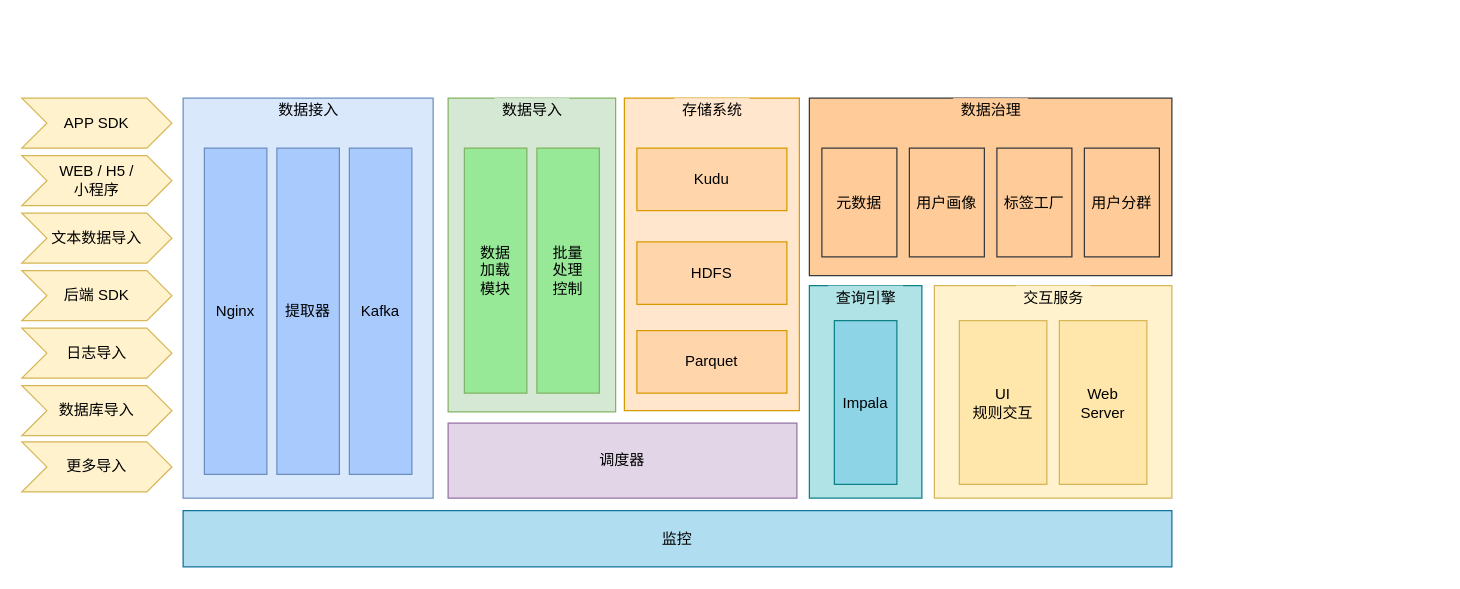
This is page "架构图" (2 of 2) of 数仓整个规划设计.drawio from chenjinying1988/diagrams, a draw.io file, before an edit. Source tidied: cells renumbered, new cells numbered last; positions are measured from the earlier drawing's top-left corner, leaving out a move shared by most shapes. Both pictures are drawn from the tidied source at 125%, with x=0, y=0 at pixel (21, 98).
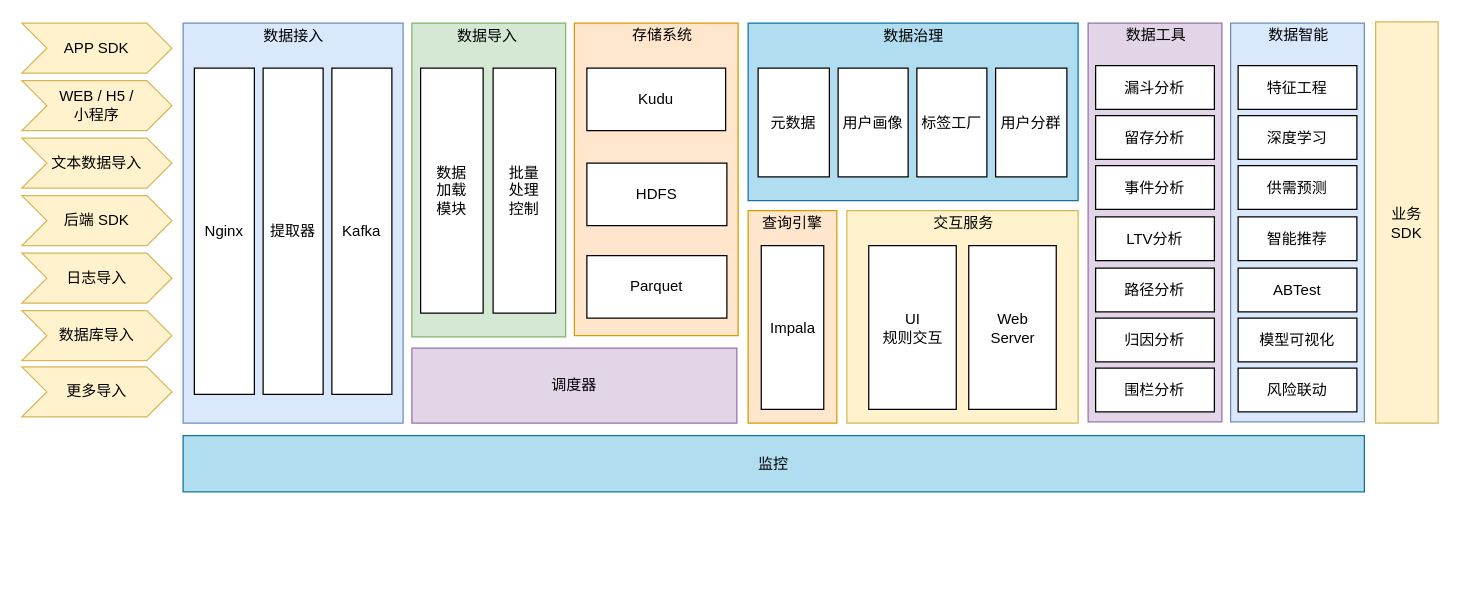
The same diagram, later.

Commit message:
更新数仓整个规划设计.drawio

The edit, as a diff of the source:
```diff
@@
     <mxCell id="2" value="APP SDK" style="shape=step;perimeter=stepPerimeter;whiteSpace=wrap;html=1;fixedSize=1;labelBackgroundColor=none;strokeColor=#d6b656;fillColor=#fff2cc;" parent="1" vertex="1">
-      <mxGeometry width="120" height="40" as="geometry" />
+      <mxGeometry y="-60" width="120" height="40" as="geometry" />
     </mxCell>
     <mxCell id="3" value="WEB / H5 / &lt;br&gt;小程序" style="shape=step;perimeter=stepPerimeter;whiteSpace=wrap;html=1;fixedSize=1;labelBackgroundColor=none;strokeColor=#d6b656;fillColor=#fff2cc;" parent="1" vertex="1">
-      <mxGeometry y="46" width="120" height="40" as="geometry" />
+      <mxGeometry y="-14" width="120" height="40" as="geometry" />
     </mxCell>
     <mxCell id="4" value="文本数据导入" style="shape=step;perimeter=stepPerimeter;whiteSpace=wrap;html=1;fixedSize=1;labelBackgroundColor=none;strokeColor=#d6b656;fillColor=#fff2cc;" parent="1" vertex="1">
-      <mxGeometry y="92" width="120" height="40" as="geometry" />
+      <mxGeometry y="32" width="120" height="40" as="geometry" />
     </mxCell>
     <mxCell id="5" value="后端 SDK" style="shape=step;perimeter=stepPerimeter;whiteSpace=wrap;html=1;fixedSize=1;labelBackgroundColor=none;strokeColor=#d6b656;fillColor=#fff2cc;" parent="1" vertex="1">
-      <mxGeometry y="138" width="120" height="40" as="geometry" />
+      <mxGeometry y="78" width="120" height="40" as="geometry" />
     </mxCell>
     <mxCell id="6" value="日志导入" style="shape=step;perimeter=stepPerimeter;whiteSpace=wrap;html=1;fixedSize=1;labelBackgroundColor=none;strokeColor=#d6b656;fillColor=#fff2cc;" parent="1" vertex="1">
-      <mxGeometry y="184" width="120" height="40" as="geometry" />
+      <mxGeometry y="124" width="120" height="40" as="geometry" />
     </mxCell>
     <mxCell id="7" value="数据库导入" style="shape=step;perimeter=stepPerimeter;whiteSpace=wrap;html=1;fixedSize=1;labelBackgroundColor=none;strokeColor=#d6b656;fillColor=#fff2cc;" parent="1" vertex="1">
-      <mxGeometry y="230" width="120" height="40" as="geometry" />
+      <mxGeometry y="170" width="120" height="40" as="geometry" />
     </mxCell>
     <mxCell id="8" value="更多导入" style="shape=step;perimeter=stepPerimeter;whiteSpace=wrap;html=1;fixedSize=1;labelBackgroundColor=none;strokeColor=#d6b656;fillColor=#fff2cc;" parent="1" vertex="1">
-      <mxGeometry y="275" width="120" height="40" as="geometry" />
+      <mxGeometry y="215" width="120" height="40" as="geometry" />
     </mxCell>
     <mxCell id="9" style="rounded=0;whiteSpace=wrap;html=1;labelBackgroundColor=none;fillColor=#dae8fc;strokeColor=#6c8ebf;" parent="1" vertex="1">
-      <mxGeometry x="129" width="200" height="320" as="geometry" />
+      <mxGeometry x="129" y="-60" width="176" height="320" as="geometry" />
     </mxCell>
-    <mxCell id="10" value="Nginx" style="rounded=0;whiteSpace=wrap;html=1;labelBackgroundColor=none;strokeColor=#6c8ebf;fillColor=#A9CAFC;" parent="1" vertex="1">
-      <mxGeometry x="146" y="40" width="50" height="261" as="geometry" />
+    <mxCell id="10" value="Nginx" style="rounded=0;whiteSpace=wrap;html=1;labelBackgroundColor=none;" parent="1" vertex="1">
+      <mxGeometry x="138" y="-24" width="48" height="261" as="geometry" />
     </mxCell>
-    <mxCell id="11" value="提取器" style="rounded=0;whiteSpace=wrap;html=1;labelBackgroundColor=none;strokeColor=#6c8ebf;fillColor=#A9CAFC;" parent="1" vertex="1">
-      <mxGeometry x="204" y="40" width="50" height="261" as="geometry" />
+    <mxCell id="11" value="提取器" style="rounded=0;whiteSpace=wrap;html=1;labelBackgroundColor=none;" parent="1" vertex="1">
+      <mxGeometry x="193" y="-24" width="48" height="261" as="geometry" />
     </mxCell>
-    <mxCell id="12" value="Kafka" style="rounded=0;whiteSpace=wrap;html=1;labelBackgroundColor=none;strokeColor=#6c8ebf;fillColor=#A9CAFC;" parent="1" vertex="1">
-      <mxGeometry x="262" y="40" width="50" height="261" as="geometry" />
+    <mxCell id="12" value="Kafka" style="rounded=0;whiteSpace=wrap;html=1;labelBackgroundColor=none;" parent="1" vertex="1">
+      <mxGeometry x="248" y="-24" width="48" height="261" as="geometry" />
     </mxCell>
     <mxCell id="13" style="rounded=0;whiteSpace=wrap;html=1;labelBackgroundColor=none;fillColor=#d5e8d4;strokeColor=#82b366;" parent="1" vertex="1">
-      <mxGeometry x="341" width="134" height="251" as="geometry" />
+      <mxGeometry x="312" y="-60" width="123" height="251" as="geometry" />
     </mxCell>
-    <mxCell id="14" value="数据&lt;br&gt;加载&lt;br&gt;模块" style="rounded=0;whiteSpace=wrap;html=1;labelBackgroundColor=none;strokeColor=#82b366;fillColor=#97E897;" parent="1" vertex="1">
-      <mxGeometry x="354" y="40" width="50" height="196" as="geometry" />
+    <mxCell id="14" value="数据&lt;br&gt;加载&lt;br&gt;模块" style="rounded=0;whiteSpace=wrap;html=1;labelBackgroundColor=none;" parent="1" vertex="1">
+      <mxGeometry x="319" y="-24" width="50" height="196" as="geometry" />
     </mxCell>
     <mxCell id="15" value="调度器" style="rounded=0;whiteSpace=wrap;html=1;labelBackgroundColor=none;strokeColor=#9673a6;fillColor=#e1d5e7;" parent="1" vertex="1">
-      <mxGeometry x="341" y="260" width="279" height="60" as="geometry" />
+      <mxGeometry x="312" y="200" width="260" height="60" as="geometry" />
     </mxCell>
     <mxCell id="16" value="数据接入" style="text;html=1;align=center;verticalAlign=middle;strokeColor=none;fillColor=none;" parent="1" vertex="1">
-      <mxGeometry x="199" width="60" height="20" as="geometry" />
+      <mxGeometry x="187" y="-59" width="60" height="20" as="geometry" />
     </mxCell>
-    <mxCell id="17" value="数据导入" style="text;html=1;align=center;verticalAlign=middle;strokeColor=none;fillColor=#d5e8d4;" parent="1" vertex="1">
-      <mxGeometry x="378" width="60" height="20" as="geometry" />
+    <mxCell id="17" value="数据导入" style="text;html=1;align=center;verticalAlign=middle;fillColor=none;" parent="1" vertex="1">
+      <mxGeometry x="342" y="-59" width="60" height="20" as="geometry" />
     </mxCell>
-    <mxCell id="18" value="批量&lt;br&gt;处理&lt;br&gt;控制" style="rounded=0;whiteSpace=wrap;html=1;labelBackgroundColor=none;strokeColor=#82b366;fillColor=#97E897;" parent="1" vertex="1">
-      <mxGeometry x="412" y="40" width="50" height="196" as="geometry" />
+    <mxCell id="18" value="批量&lt;br&gt;处理&lt;br&gt;控制" style="rounded=0;whiteSpace=wrap;html=1;labelBackgroundColor=none;" parent="1" vertex="1">
+      <mxGeometry x="377" y="-24" width="50" height="196" as="geometry" />
     </mxCell>
     <mxCell id="19" style="rounded=0;whiteSpace=wrap;html=1;labelBackgroundColor=none;fillColor=#ffe6cc;strokeColor=#d79b00;" parent="1" vertex="1">
-      <mxGeometry x="482" width="140" height="250" as="geometry" />
+      <mxGeometry x="442" y="-60" width="131" height="250" as="geometry" />
     </mxCell>
-    <mxCell id="20" value="Kudu" style="rounded=0;whiteSpace=wrap;html=1;labelBackgroundColor=none;strokeColor=#d79b00;fillColor=#FFD5AB;" parent="1" vertex="1">
-      <mxGeometry x="492" y="40" width="120" height="50" as="geometry" />
+    <mxCell id="20" value="Kudu" style="rounded=0;whiteSpace=wrap;html=1;labelBackgroundColor=none;" parent="1" vertex="1">
+      <mxGeometry x="452" y="-24" width="111" height="50" as="geometry" />
     </mxCell>
-    <mxCell id="21" value="存储系统" style="text;html=1;align=center;verticalAlign=middle;strokeColor=none;fillColor=#ffe6cc;" parent="1" vertex="1">
-      <mxGeometry x="522" width="60" height="20" as="geometry" />
+    <mxCell id="21" value="存储系统" style="text;html=1;align=center;verticalAlign=middle;fillColor=none;" parent="1" vertex="1">
+      <mxGeometry x="482" y="-60" width="60" height="20" as="geometry" />
     </mxCell>
-    <mxCell id="22" value="HDFS" style="rounded=0;whiteSpace=wrap;html=1;labelBackgroundColor=none;strokeColor=#d79b00;fillColor=#FFD5AB;" parent="1" vertex="1">
-      <mxGeometry x="492" y="115" width="120" height="50" as="geometry" />
+    <mxCell id="22" value="HDFS" style="rounded=0;whiteSpace=wrap;html=1;labelBackgroundColor=none;" parent="1" vertex="1">
+      <mxGeometry x="452" y="52" width="112" height="50" as="geometry" />
     </mxCell>
-    <mxCell id="23" value="Parquet" style="rounded=0;whiteSpace=wrap;html=1;labelBackgroundColor=none;strokeColor=#d79b00;fillColor=#FFD5AB;" parent="1" vertex="1">
-      <mxGeometry x="492" y="186" width="120" height="50" as="geometry" />
+    <mxCell id="23" value="Parquet" style="rounded=0;whiteSpace=wrap;html=1;labelBackgroundColor=none;" parent="1" vertex="1">
+      <mxGeometry x="452" y="126" width="112" height="50" as="geometry" />
     </mxCell>
-    <mxCell id="24" style="rounded=0;whiteSpace=wrap;html=1;labelBackgroundColor=none;fillColor=#b0e3e6;strokeColor=#0e8088;" parent="1" vertex="1">
-      <mxGeometry x="630" y="150" width="90" height="170" as="geometry" />
+    <mxCell id="24" style="rounded=0;whiteSpace=wrap;html=1;labelBackgroundColor=none;fillColor=#ffe6cc;strokeColor=#d79b00;" parent="1" vertex="1">
+      <mxGeometry x="581" y="90" width="71" height="170" as="geometry" />
     </mxCell>
-    <mxCell id="25" value="Impala" style="rounded=0;whiteSpace=wrap;html=1;labelBackgroundColor=none;strokeColor=#0e8088;fillColor=#8CD4E6;" parent="1" vertex="1">
-      <mxGeometry x="650" y="178" width="50" height="131" as="geometry" />
+    <mxCell id="25" value="Impala" style="rounded=0;whiteSpace=wrap;html=1;labelBackgroundColor=none;" parent="1" vertex="1">
+      <mxGeometry x="591.5" y="118" width="50" height="131" as="geometry" />
     </mxCell>
-    <mxCell id="26" value="查询引擎" style="text;html=1;align=center;verticalAlign=middle;strokeColor=none;fillColor=#b0e3e6;" parent="1" vertex="1">
-      <mxGeometry x="645" y="150" width="60" height="20" as="geometry" />
+    <mxCell id="26" value="查询引擎" style="text;html=1;align=center;verticalAlign=middle;fillColor=none;strokeColor=none;" parent="1" vertex="1">
+      <mxGeometry x="586" y="90" width="60" height="20" as="geometry" />
     </mxCell>
     <mxCell id="27" style="rounded=0;whiteSpace=wrap;html=1;labelBackgroundColor=none;fillColor=#fff2cc;strokeColor=#d6b656;" parent="1" vertex="1">
-      <mxGeometry x="730" y="150" width="190" height="170" as="geometry" />
+      <mxGeometry x="660" y="90" width="185" height="170" as="geometry" />
     </mxCell>
-    <mxCell id="28" value="UI&lt;br&gt;规则交互" style="rounded=0;whiteSpace=wrap;html=1;labelBackgroundColor=none;strokeColor=#d6b656;fillColor=#FFE6AB;" parent="1" vertex="1">
-      <mxGeometry x="750" y="178" width="70" height="131" as="geometry" />
+    <mxCell id="28" value="UI&lt;br&gt;规则交互" style="rounded=0;whiteSpace=wrap;html=1;labelBackgroundColor=none;" parent="1" vertex="1">
+      <mxGeometry x="677.5" y="118" width="70" height="131" as="geometry" />
     </mxCell>
-    <mxCell id="29" value="交互服务" style="text;html=1;align=center;verticalAlign=middle;strokeColor=none;fillColor=#fff2cc;" parent="1" vertex="1">
-      <mxGeometry x="795" y="150" width="60" height="20" as="geometry" />
+    <mxCell id="29" value="交互服务" style="text;html=1;align=center;verticalAlign=middle;fillColor=none;" parent="1" vertex="1">
+      <mxGeometry x="722.5" y="90" width="60" height="20" as="geometry" />
     </mxCell>
-    <mxCell id="30" value="Web&lt;br&gt;Server" style="rounded=0;whiteSpace=wrap;html=1;labelBackgroundColor=none;strokeColor=#d6b656;fillColor=#FFE6AB;" parent="1" vertex="1">
-      <mxGeometry x="830" y="178" width="70" height="131" as="geometry" />
+    <mxCell id="30" value="Web&lt;br&gt;Server" style="rounded=0;whiteSpace=wrap;html=1;labelBackgroundColor=none;" parent="1" vertex="1">
+      <mxGeometry x="757.5" y="118" width="70" height="131" as="geometry" />
     </mxCell>
-    <mxCell id="31" style="rounded=0;whiteSpace=wrap;html=1;labelBackgroundColor=none;fillColor=#ffcc99;strokeColor=#36393d;" parent="1" vertex="1">
-      <mxGeometry x="630" width="290" height="142" as="geometry" />
+    <mxCell id="31" style="rounded=0;whiteSpace=wrap;html=1;labelBackgroundColor=none;fillColor=#b1ddf0;strokeColor=#10739e;" parent="1" vertex="1">
+      <mxGeometry x="581" y="-60" width="264" height="142" as="geometry" />
     </mxCell>
-    <mxCell id="32" value="元数据" style="rounded=0;whiteSpace=wrap;html=1;labelBackgroundColor=none;strokeColor=#36393d;fillColor=#ffcc99;" parent="1" vertex="1">
-      <mxGeometry x="640" y="40" width="60" height="87" as="geometry" />
+    <mxCell id="32" value="元数据" style="rounded=0;whiteSpace=wrap;html=1;labelBackgroundColor=none;" parent="1" vertex="1">
+      <mxGeometry x="589" y="-24" width="57" height="87" as="geometry" />
     </mxCell>
-    <mxCell id="33" value="数据治理" style="text;html=1;align=center;verticalAlign=middle;strokeColor=none;fillColor=#ffcc99;" parent="1" vertex="1">
-      <mxGeometry x="745" width="60" height="20" as="geometry" />
+    <mxCell id="33" value="数据治理" style="text;html=1;align=center;verticalAlign=middle;" parent="1" vertex="1">
+      <mxGeometry x="682.5" y="-59" width="60" height="20" as="geometry" />
     </mxCell>
-    <mxCell id="34" value="用户画像" style="rounded=0;whiteSpace=wrap;html=1;labelBackgroundColor=none;strokeColor=#36393d;fillColor=#ffcc99;" parent="1" vertex="1">
-      <mxGeometry x="710" y="40" width="60" height="87" as="geometry" />
+    <mxCell id="34" value="用户画像" style="rounded=0;whiteSpace=wrap;html=1;labelBackgroundColor=none;" parent="1" vertex="1">
+      <mxGeometry x="653" y="-24" width="56" height="87" as="geometry" />
     </mxCell>
-    <mxCell id="35" value="标签工厂" style="rounded=0;whiteSpace=wrap;html=1;labelBackgroundColor=none;strokeColor=#36393d;fillColor=#ffcc99;" parent="1" vertex="1">
-      <mxGeometry x="780" y="40" width="60" height="87" as="geometry" />
+    <mxCell id="35" value="标签工厂" style="rounded=0;whiteSpace=wrap;html=1;labelBackgroundColor=none;" parent="1" vertex="1">
+      <mxGeometry x="716" y="-24" width="56" height="87" as="geometry" />
     </mxCell>
-    <mxCell id="36" value="用户分群" style="rounded=0;whiteSpace=wrap;html=1;labelBackgroundColor=none;strokeColor=#36393d;fillColor=#ffcc99;" parent="1" vertex="1">
-      <mxGeometry x="850" y="40" width="60" height="87" as="geometry" />
+    <mxCell id="36" value="用户分群" style="rounded=0;whiteSpace=wrap;html=1;labelBackgroundColor=none;" parent="1" vertex="1">
+      <mxGeometry x="779" y="-24" width="57" height="87" as="geometry" />
     </mxCell>
     <mxCell id="37" value="监控" style="rounded=0;whiteSpace=wrap;html=1;labelBackgroundColor=none;strokeColor=#10739e;fillColor=#b1ddf0;" parent="1" vertex="1">
-      <mxGeometry x="129" y="330" width="791" height="45" as="geometry" />
+      <mxGeometry x="129" y="270" width="945" height="45" as="geometry" />
     </mxCell>
+    <mxCell id="38" style="rounded=0;whiteSpace=wrap;html=1;labelBackgroundColor=none;strokeColor=#9673a6;fillColor=#e1d5e7;" parent="1" vertex="1">
+      <mxGeometry x="853" y="-60" width="107" height="319" as="geometry" />
+    </mxCell>
+    <mxCell id="39" value="业务&lt;br&gt;SDK" style="rounded=0;whiteSpace=wrap;html=1;labelBackgroundColor=none;strokeColor=#d6b656;fillColor=#fff2cc;" parent="1" vertex="1">
+      <mxGeometry x="1083" y="-61" width="50" height="321" as="geometry" />
+    </mxCell>
+    <mxCell id="40" value="数据工具" style="text;html=1;align=center;verticalAlign=middle;" parent="1" vertex="1">
+      <mxGeometry x="877.5" y="-59" width="58" height="18" as="geometry" />
+    </mxCell>
+    <mxCell id="41" value="漏斗分析" style="rounded=0;whiteSpace=wrap;html=1;labelBackgroundColor=none;" parent="1" vertex="1">
+      <mxGeometry x="859" y="-26" width="95" height="35" as="geometry" />
+    </mxCell>
+    <mxCell id="42" value="留存分析" style="rounded=0;whiteSpace=wrap;html=1;labelBackgroundColor=none;" parent="1" vertex="1">
+      <mxGeometry x="859" y="14" width="95" height="35" as="geometry" />
+    </mxCell>
+    <mxCell id="43" value="事件分析" style="rounded=0;whiteSpace=wrap;html=1;labelBackgroundColor=none;" parent="1" vertex="1">
+      <mxGeometry x="859" y="54" width="95" height="35" as="geometry" />
+    </mxCell>
+    <mxCell id="44" value="LTV分析" style="rounded=0;whiteSpace=wrap;html=1;labelBackgroundColor=none;" parent="1" vertex="1">
+      <mxGeometry x="859" y="95" width="95" height="35" as="geometry" />
+    </mxCell>
+    <mxCell id="45" value="路径分析" style="rounded=0;whiteSpace=wrap;html=1;labelBackgroundColor=none;" parent="1" vertex="1">
+      <mxGeometry x="859" y="136" width="95" height="35" as="geometry" />
+    </mxCell>
+    <mxCell id="46" value="归因分析" style="rounded=0;whiteSpace=wrap;html=1;labelBackgroundColor=none;" parent="1" vertex="1">
+      <mxGeometry x="859" y="176" width="95" height="35" as="geometry" />
+    </mxCell>
+    <mxCell id="47" value="围栏分析" style="rounded=0;whiteSpace=wrap;html=1;labelBackgroundColor=none;" parent="1" vertex="1">
+      <mxGeometry x="859" y="216" width="95" height="35" as="geometry" />
+    </mxCell>
+    <mxCell id="48" style="rounded=0;whiteSpace=wrap;html=1;labelBackgroundColor=none;strokeColor=#6c8ebf;fillColor=#dae8fc;" parent="1" vertex="1">
+      <mxGeometry x="967" y="-60" width="107" height="319" as="geometry" />
+    </mxCell>
+    <mxCell id="49" value="数据智能" style="text;html=1;align=center;verticalAlign=middle;" parent="1" vertex="1">
+      <mxGeometry x="991.5" y="-59" width="58" height="18" as="geometry" />
+    </mxCell>
+    <mxCell id="50" value="特征工程" style="rounded=0;whiteSpace=wrap;html=1;labelBackgroundColor=none;" parent="1" vertex="1">
+      <mxGeometry x="973" y="-26" width="95" height="35" as="geometry" />
+    </mxCell>
+    <mxCell id="51" value="深度学习" style="rounded=0;whiteSpace=wrap;html=1;labelBackgroundColor=none;" parent="1" vertex="1">
+      <mxGeometry x="973" y="14" width="95" height="35" as="geometry" />
+    </mxCell>
+    <mxCell id="52" value="供需预测" style="rounded=0;whiteSpace=wrap;html=1;labelBackgroundColor=none;" parent="1" vertex="1">
+      <mxGeometry x="973" y="54" width="95" height="35" as="geometry" />
+    </mxCell>
+    <mxCell id="53" value="智能推荐" style="rounded=0;whiteSpace=wrap;html=1;labelBackgroundColor=none;" parent="1" vertex="1">
+      <mxGeometry x="973" y="95" width="95" height="35" as="geometry" />
+    </mxCell>
+    <mxCell id="54" value="ABTest" style="rounded=0;whiteSpace=wrap;html=1;labelBackgroundColor=none;" parent="1" vertex="1">
+      <mxGeometry x="973" y="136" width="95" height="35" as="geometry" />
+    </mxCell>
+    <mxCell id="55" value="模型可视化" style="rounded=0;whiteSpace=wrap;html=1;labelBackgroundColor=none;" parent="1" vertex="1">
+      <mxGeometry x="973" y="176" width="95" height="35" as="geometry" />
+    </mxCell>
+    <mxCell id="56" value="风险联动" style="rounded=0;whiteSpace=wrap;html=1;labelBackgroundColor=none;" parent="1" vertex="1">
+      <mxGeometry x="973" y="216" width="95" height="35" as="geometry" />
+    </mxCell>
```
